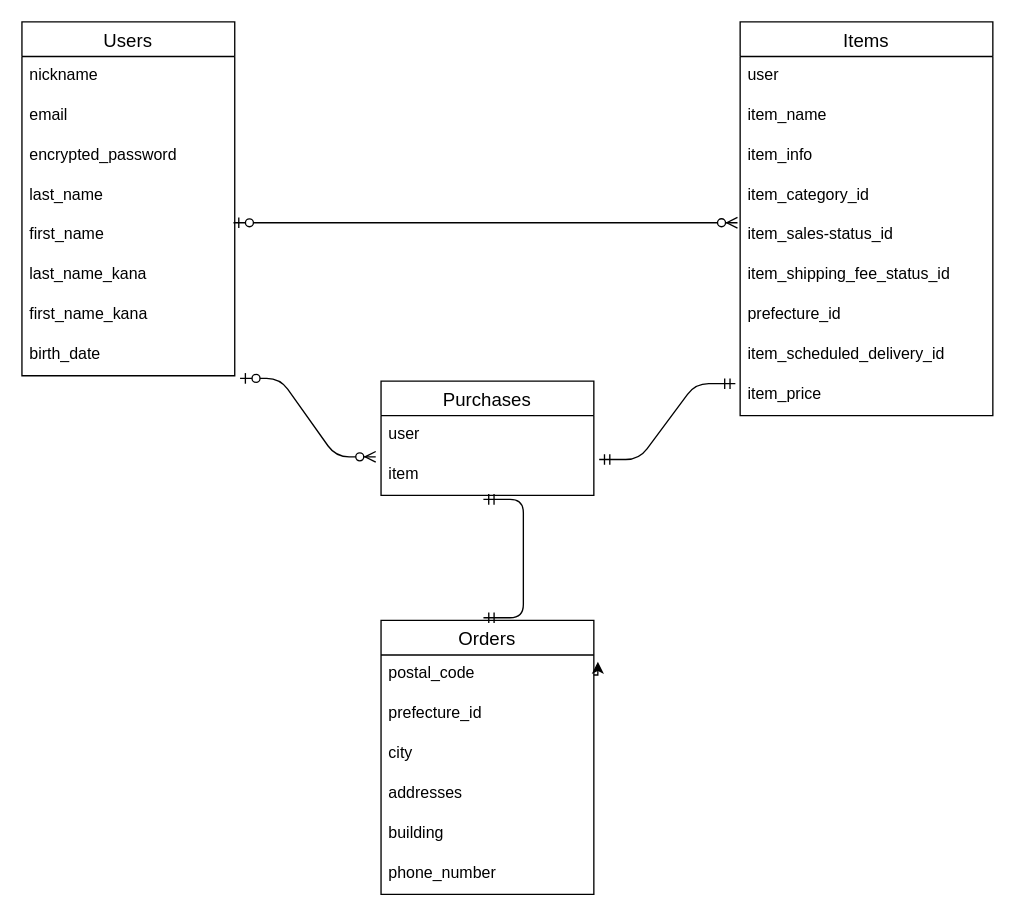
Earlier version of the draw.io diagram er.dio (HARUNA3/furima-35496). Source tidied: cells renumbered, new cells numbered last; positions are measured from the earlier drawing's top-left corner, leaving out a move shared by most shapes. Both pictures are drawn from the tidied source at 133%, with x=0, y=0 at pixel (21, 21).
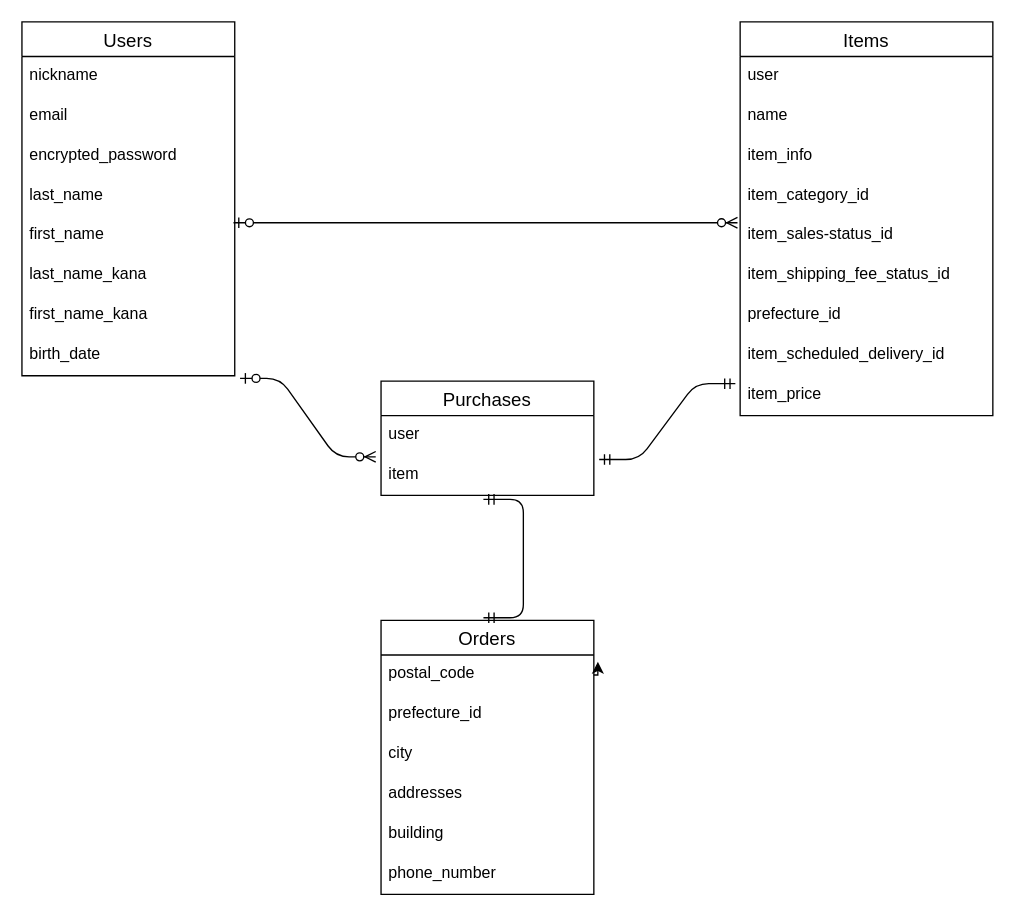
The same page after the edit.

Unchanged cells that the change refers to:
```xml
<mxCell id="11" value="Items" style="swimlane;fontStyle=0;horizontal=1;startSize=26;align=center;fontSize=14;" parent="1" vertex="1">
  <mxGeometry x="540" width="190" height="296" as="geometry" />
</mxCell>
```

The edit, as a diff of the source:
```diff
@@
-    <mxCell id="13" value="item_name" style="text;strokeColor=none;fillColor=none;spacingLeft=4;spacingRight=4;overflow=hidden;fontSize=12;" parent="11" vertex="1">
+    <mxCell id="13" value="name" style="text;strokeColor=none;fillColor=none;spacingLeft=4;spacingRight=4;overflow=hidden;fontSize=12;" parent="11" vertex="1">
       <mxGeometry y="56" width="190" height="30" as="geometry" />
     </mxCell>
```
